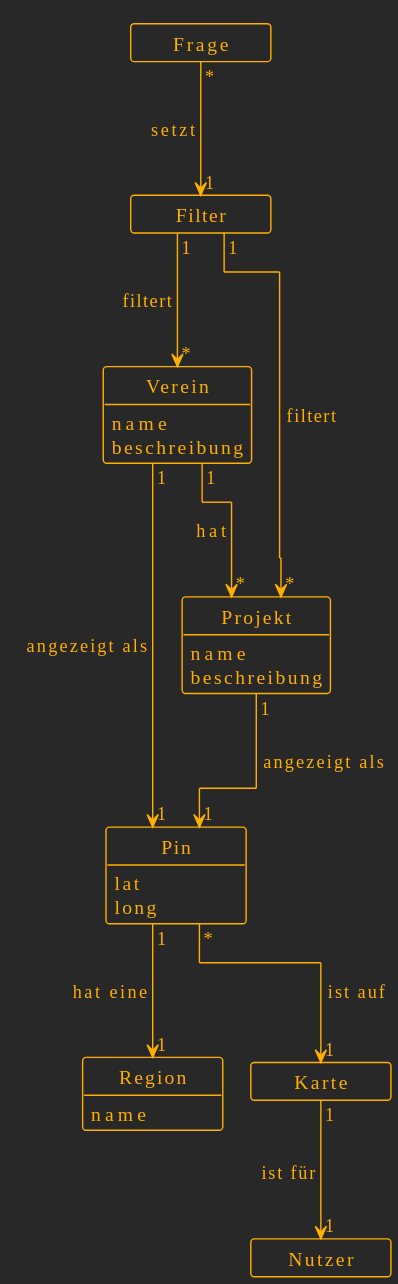
SaplingSquad/SoftwareEngineering-WS2025-SaplingSquad keeps this PlantUML diagram as artifact/domain_model.svg. Above is the earlier version.
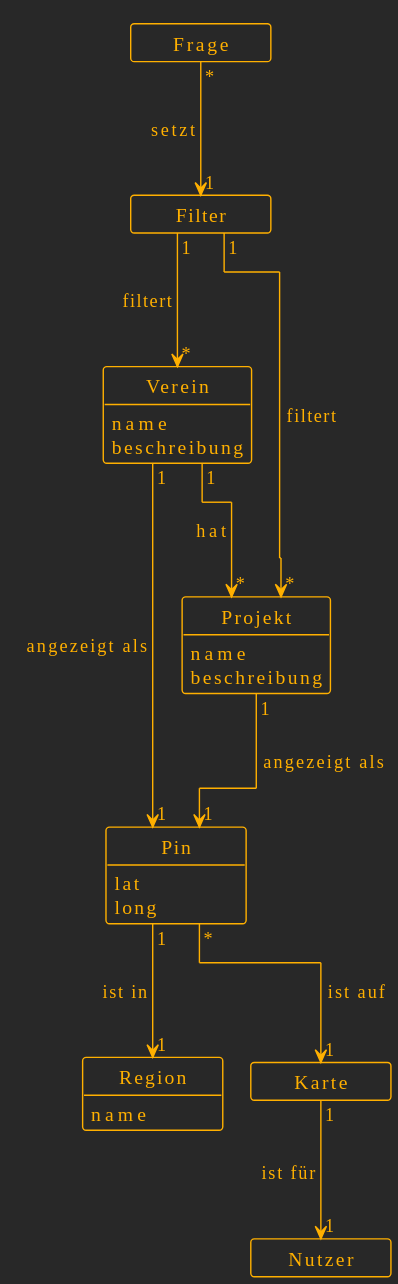
Later version of the same file.

Commit message:
docs(artifact): Fix wording

What changed in the source:
```diff
@@ -34,7 +34,7 @@
 
 	class Region
 	Region : name
-	Pin "1" --> "1" Region : hat eine
+	Pin "1" --> "1" Region : ist in
 
 	class Frage
 	Frage "*" --> "1" Filter : setzt
```
